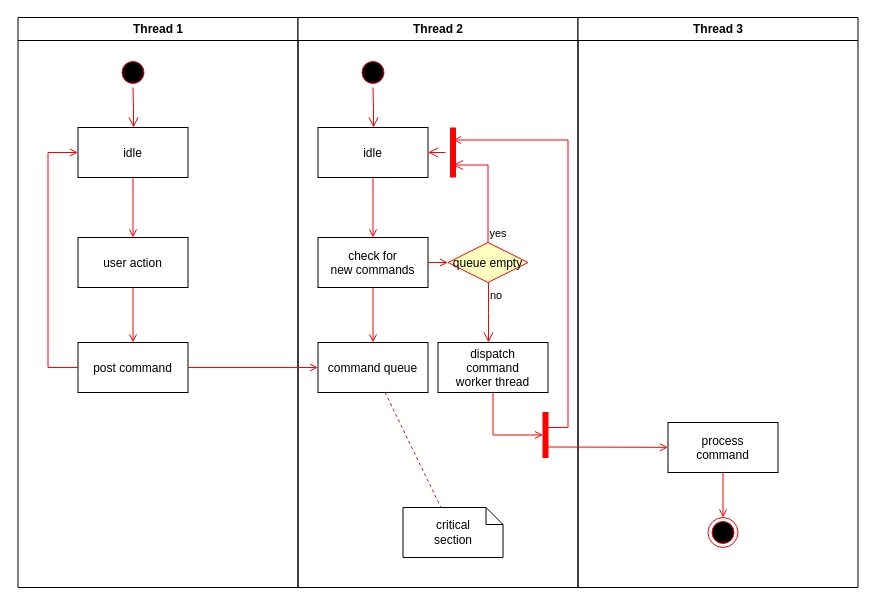
NikhilBelwate/Demo keeps this draw.io diagram as Untitled Diagram.drawio. Above is the earlier version. Source tidied: cells renumbered, new cells numbered last; positions are measured from the earlier drawing's top-left corner, leaving out a move shared by most shapes. Both pictures are drawn from the tidied source at 100%, with x=0, y=0 at pixel (17, 17).
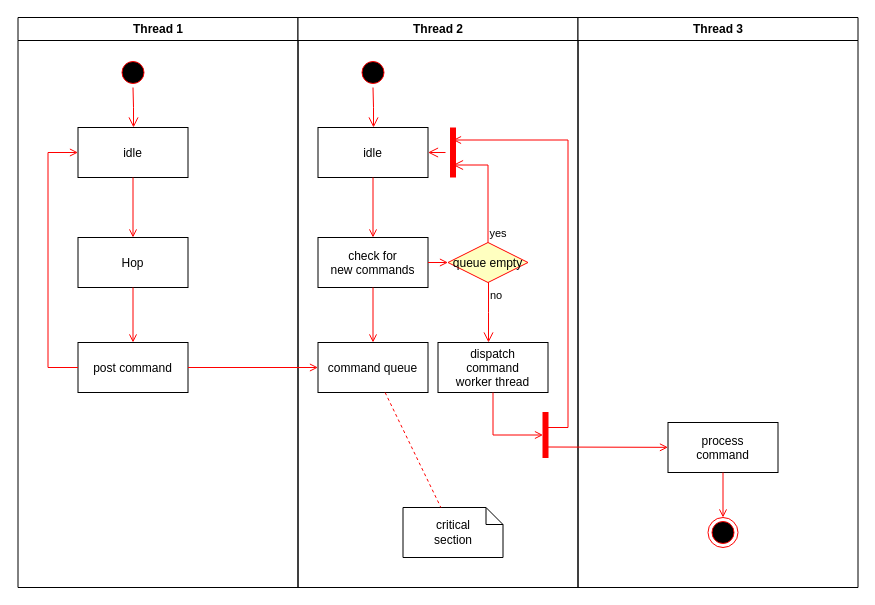
The same diagram, later.

Unchanged cells that the change refers to:
```xml
<mxCell id="2" value="Thread 1" style="swimlane;whiteSpace=wrap;" parent="1" vertex="1">
  <mxGeometry x="0.5" width="280" height="570" as="geometry" />
</mxCell>
```

The edit, as a diff of the source:
```diff
@@
-    <mxCell id="6" value="user action" parent="2" vertex="1">
+    <mxCell id="6" value="Hop" parent="2" vertex="1">
       <mxGeometry x="60" y="220" width="110" height="50" as="geometry" />
     </mxCell>
```
